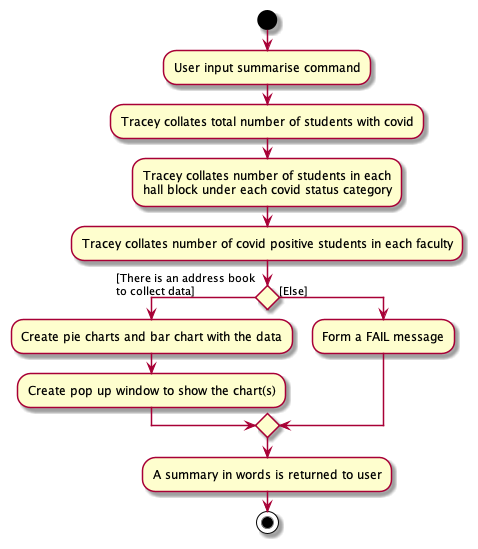
Earlier version of the PlantUML export docs/images/SummariseFeatureActivityDiagram.png (nus-cs2103-AY2122S2/tp).
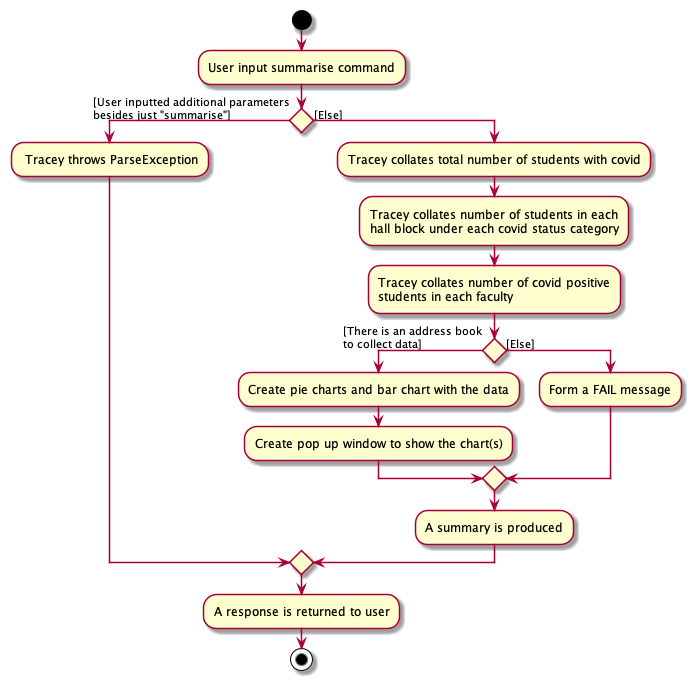
The same diagram one commit later.

Diff of the diagram source:
```diff
@@ -2,20 +2,26 @@
 
 start
 :User input summarise command;
-:Tracey collates total number of students with covid;
-:Tracey collates number of students in each\nhall block under each covid status category;
-:Tracey collates number of covid positive students in each faculty;
 
-If () then ([There is an address book\nto collect data])
-    :Create pie charts and bar chart with the data;
-    :Create pop up window to show the chart(s);
+if () then ([User inputted additional parameters\nbesides just "summarise"])
+    : Tracey throws ParseException;
 
     else ([Else])
-    :Form a FAIL message;
+    :Tracey collates total number of students with covid;
+    :Tracey collates number of students in each\nhall block under each covid status category;
+    :Tracey collates number of covid positive\nstudents in each faculty;
 
-    endif
-    :A summary in words is returned to user;
+    If () then ([There is an address book\nto collect data])
+        :Create pie charts and bar chart with the data;
+        :Create pop up window to show the chart(s);
 
+        else ([Else])
+        :Form a FAIL message;
+
+        endif
+        :A summary is produced;
+endif
+:A response is returned to user;
 stop
 
 @enduml
```
